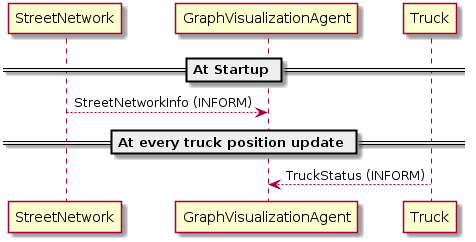
Earlier version of the PlantUML export docs/Architecture/Architecture_Visualization.png (HBRS-MAAS/ws18-project-commitment_issues).
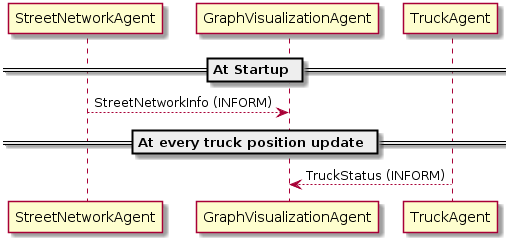
Above is the later version.

Diff of the diagram source:
```diff
@@ -2,9 +2,9 @@
 skinparam classAttributeIconSize 0
 
 == At Startup ==
-StreetNetwork --> GraphVisualizationAgent : StreetNetworkInfo (INFORM)
+StreetNetworkAgent --> GraphVisualizationAgent : StreetNetworkInfo (INFORM)
 
 == At every truck position update ==
-Truck --> GraphVisualizationAgent : TruckStatus (INFORM)
+TruckAgent --> GraphVisualizationAgent : TruckStatus (INFORM)
 
 @enduml
```
